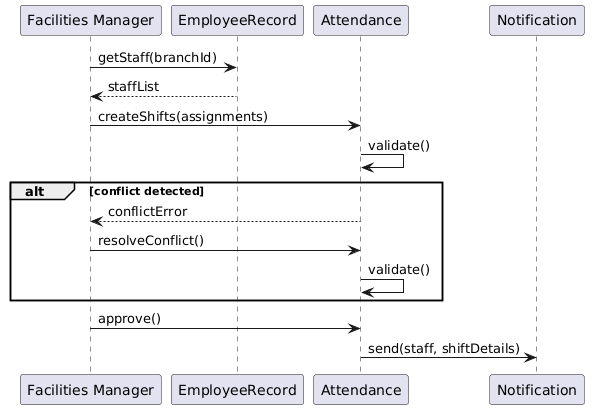
Above: Diagrams/Sequence Diagrams/BS_FCM_01.png in erindkotobelli12/BankManagementSystem (PlantUML), before the change. Source of this version:
```plantuml
@startuml
participant "Facilities Manager" as FM
participant EmployeeRecord as ER
participant Attendance as AT
participant Notification as N

FM -> ER : getStaff(branchId)
ER --> FM : staffList
FM -> AT : createShifts(assignments)
AT -> AT : validate()

alt conflict detected
  AT --> FM : conflictError
  FM -> AT : resolveConflict()
  AT -> AT : validate()
end

FM -> AT : approve()
AT -> N : send(staff, shiftDetails)
@enduml
```
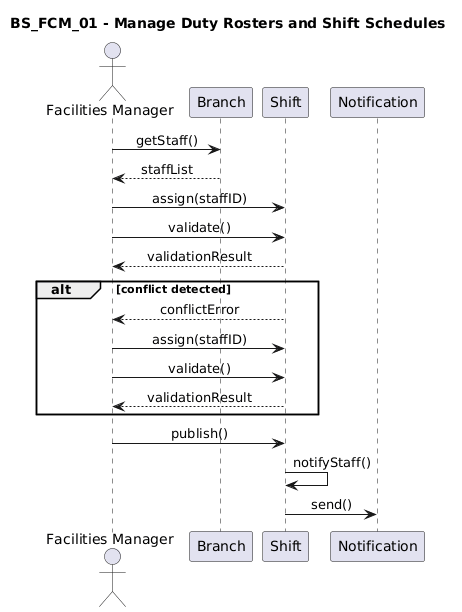
Later version of the same file.

What changed in the source:
```diff
@@ -1,20 +1,29 @@
 @startuml
-participant "Facilities Manager" as FM
-participant EmployeeRecord as ER
-participant Attendance as AT
-participant Notification as N
+title BS_FCM_01 - Manage Duty Rosters and Shift Schedules
 
-FM -> ER : getStaff(branchId)
-ER --> FM : staffList
-FM -> AT : createShifts(assignments)
-AT -> AT : validate()
+skinparam shadowing false
+skinparam sequenceMessageAlign center
+
+actor "Facilities Manager" as FM
+participant Branch
+participant Shift
+participant Notification
+
+FM -> Branch : getStaff()
+Branch --> FM : staffList
+
+FM -> Shift : assign(staffID)
+FM -> Shift : validate()
+Shift --> FM : validationResult
 
 alt conflict detected
-  AT --> FM : conflictError
-  FM -> AT : resolveConflict()
-  AT -> AT : validate()
+    Shift --> FM : conflictError
+    FM -> Shift : assign(staffID)
+    FM -> Shift : validate()
+    Shift --> FM : validationResult
 end
 
-FM -> AT : approve()
-AT -> N : send(staff, shiftDetails)
+FM -> Shift : publish()
+Shift -> Shift : notifyStaff()
+Shift -> Notification : send()
 @enduml
```
